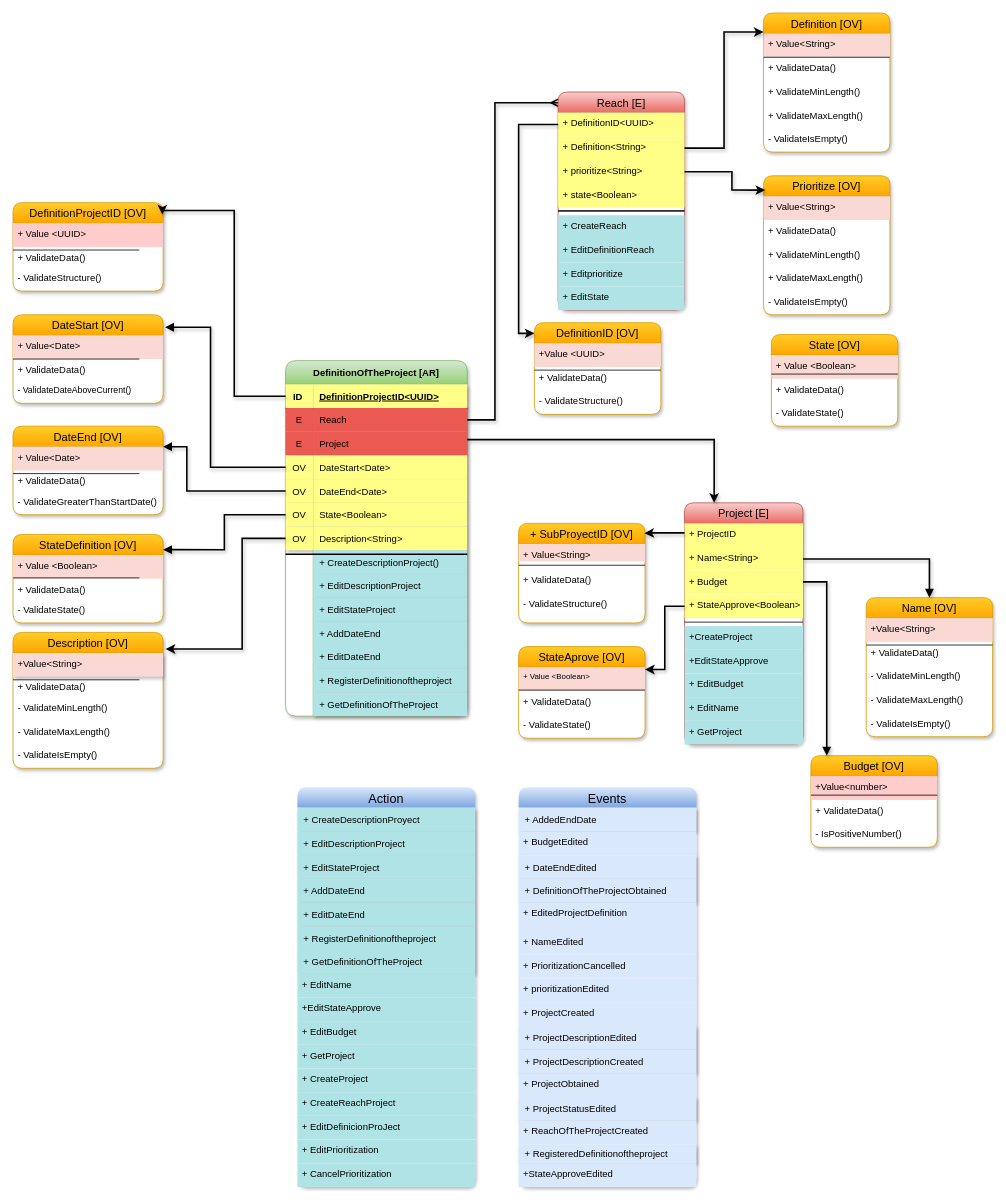
Before: page "DefinitionOfTheProject [AR]" (2 of 5) of DDD.drawio in migueltorresd/C1-2023-DDD-Colombia, a draw.io diagram. Source tidied: cells renumbered, new cells numbered last; positions are measured from the earlier drawing's top-left corner, leaving out a move shared by most shapes. Both pictures are drawn from the tidied source at 79%, with x=0, y=0 at pixel (13, 13).
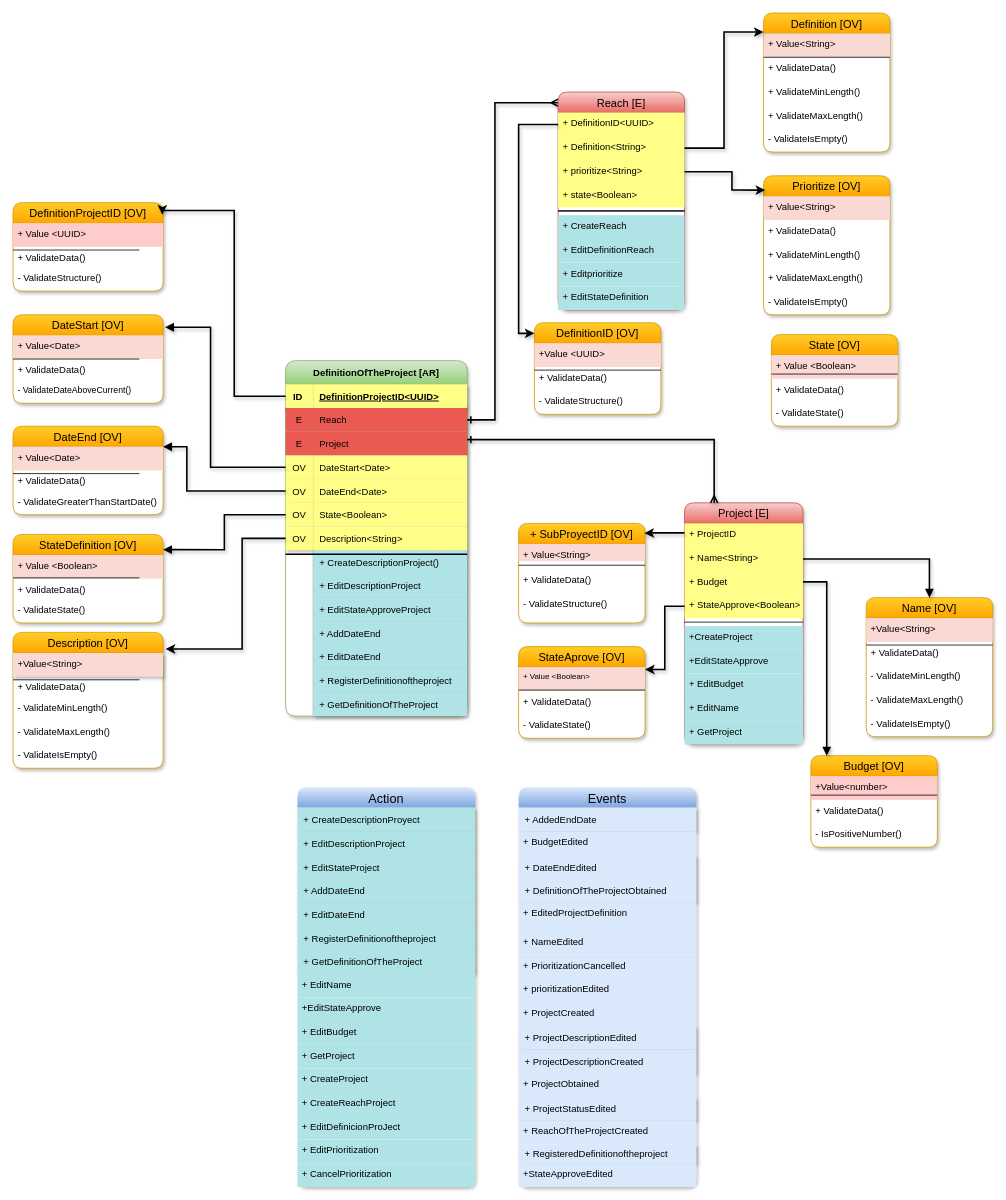
The same page after the edit.

The change refers to these unchanged cells:
```xml
<mxCell id="6" style="shape=tableRow;horizontal=0;startSize=0;swimlaneHead=0;swimlaneBody=0;fillColor=none;points=[[0,0.5],[1,0.5]];portConstraint=eastwest;top=0;left=0;right=0;bottom=0;rounded=1;shadow=1;" parent="2" vertex="1">
  <mxGeometry y="60" width="230" height="30" as="geometry" />
</mxCell>
<mxCell id="9" style="shape=tableRow;horizontal=0;startSize=0;swimlaneHead=0;swimlaneBody=0;fillColor=none;points=[[0,0.5],[1,0.5]];portConstraint=eastwest;top=0;left=0;right=0;bottom=0;rounded=1;shadow=1;" parent="2" vertex="1">
  <mxGeometry y="90" width="230" height="30" as="geometry" />
</mxCell>
<mxCell id="30" style="shape=tableRow;horizontal=0;startSize=0;swimlaneHead=0;swimlaneBody=0;fillColor=none;top=0;left=0;right=0;bottom=0;rounded=1;shadow=1;" parent="2" vertex="1">
  <mxGeometry y="300" width="230" height="30" as="geometry" />
</mxCell>
<mxCell id="46" value="Project [E]" style="swimlane;fontStyle=0;horizontal=1;startSize=26;align=center;fontSize=14;rounded=1;strokeWidth=1;fillColor=#f8cecc;gradientColor=#ea6b66;strokeColor=#b85450;swimlaneFillColor=default;shadow=1;" parent="1" vertex="1">
  <mxGeometry x="850" y="620" width="150" height="306" as="geometry" />
</mxCell>
<mxCell id="120" value="Reach [E]" style="swimlane;fontStyle=0;horizontal=1;startSize=26;align=center;fontSize=14;fillColor=#f8cecc;gradientColor=#ea6b66;strokeColor=#b85450;swimlaneFillColor=default;rounded=1;shadow=1;" parent="1" vertex="1">
  <mxGeometry x="690" y="100" width="160" height="276" as="geometry" />
</mxCell>
```

What changed in the source:
```diff
@@
-    <mxCell id="32" value="+ EditStateProject" style="shape=partialRectangle;fillColor=#b0e3e6;top=0;left=0;bottom=0;right=0;align=left;spacingLeft=6;overflow=hidden;rounded=1;shadow=1;strokeColor=#0e8088;" parent="30" vertex="1">
+    <mxCell id="32" value="+ EditStateApproveProject" style="shape=partialRectangle;fillColor=#b0e3e6;top=0;left=0;bottom=0;right=0;align=left;spacingLeft=6;overflow=hidden;rounded=1;shadow=1;strokeColor=#0e8088;" parent="30" vertex="1">
       <mxGeometry x="35" width="195" height="30" as="geometry" />
     </mxCell>
@@
-    <mxCell id="102" style="edgeStyle=orthogonalEdgeStyle;rounded=0;jettySize=auto;html=1;entryX=0.001;entryY=0.049;entryDx=0;entryDy=0;entryPerimeter=0;endArrow=ERmany;endFill=0;strokeWidth=2;shadow=1;" parent="1" edge="1" source="6" target="120">
+    <mxCell id="102" style="edgeStyle=orthogonalEdgeStyle;rounded=0;jettySize=auto;html=1;entryX=0.001;entryY=0.049;entryDx=0;entryDy=0;entryPerimeter=0;endArrow=ERmany;endFill=0;strokeWidth=2;shadow=1;startArrow=ERone;startFill=0;" parent="1" edge="1" source="6" target="120">
       <mxGeometry relative="1" as="geometry">
         <Array as="points">
           <mxPoint x="610" y="515" />
           <mxPoint x="610" y="113" />
         </Array>
       </mxGeometry>
     </mxCell>
@@
-    <mxCell id="130" value="+ EditState" style="text;strokeColor=none;fillColor=#b0e3e6;spacingLeft=4;spacingRight=4;overflow=hidden;fontSize=12;" parent="120" vertex="1">
+    <mxCell id="130" value="+ EditStateDefinition" style="text;strokeColor=none;fillColor=#b0e3e6;spacingLeft=4;spacingRight=4;overflow=hidden;fontSize=12;" parent="120" vertex="1">
       <mxGeometry y="246" width="160" height="30" as="geometry" />
     </mxCell>
@@
-    <mxCell id="188" style="edgeStyle=orthogonalEdgeStyle;rounded=0;jettySize=auto;html=1;entryX=0.25;entryY=0;entryDx=0;entryDy=0;strokeWidth=2;shadow=1;" parent="1" edge="1" source="9" target="46">
+    <mxCell id="188" style="edgeStyle=orthogonalEdgeStyle;rounded=0;jettySize=auto;html=1;entryX=0.25;entryY=0;entryDx=0;entryDy=0;strokeWidth=2;shadow=1;endArrow=ERmany;endFill=0;startArrow=ERone;startFill=0;" parent="1" edge="1" source="9" target="46">
       <mxGeometry relative="1" as="geometry">
         <Array as="points">
           <mxPoint x="888" y="540" />
         </Array>
       </mxGeometry>
     </mxCell>
```
